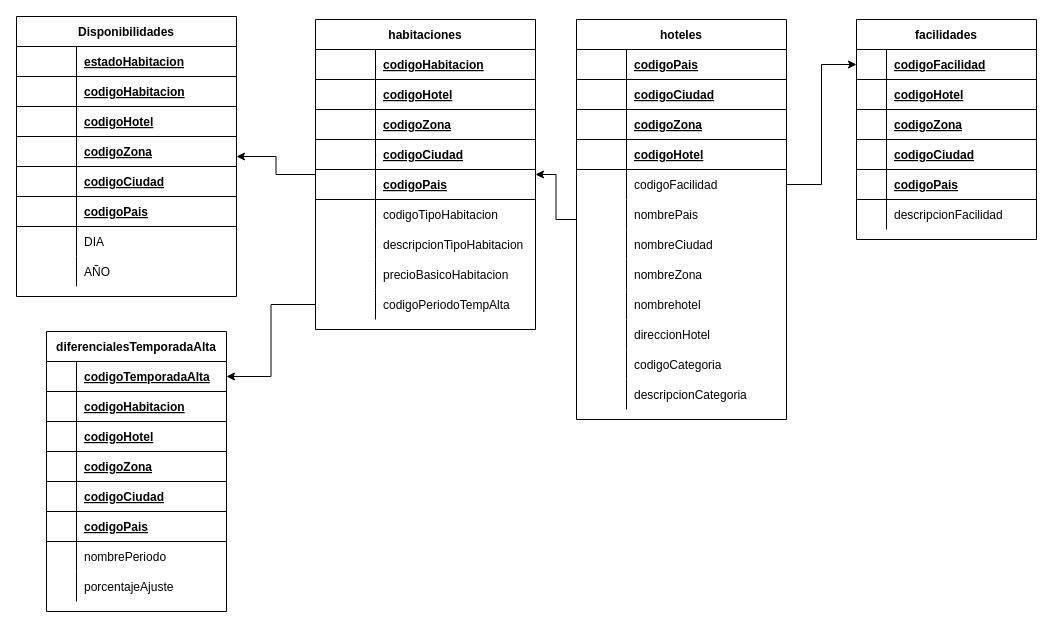
Above: TPII_Hoteles/Hoteles_1FN_Puyelli.drawio in FedericoRocca/DyADDBB_1erCuatrimestre_2021 (draw.io), before the change. Source tidied: cells renumbered, new cells numbered last; positions are measured from the earlier drawing's top-left corner, leaving out a move shared by most shapes. Both pictures are drawn from the tidied source at 100%, with x=0, y=0 at pixel (16, 16).
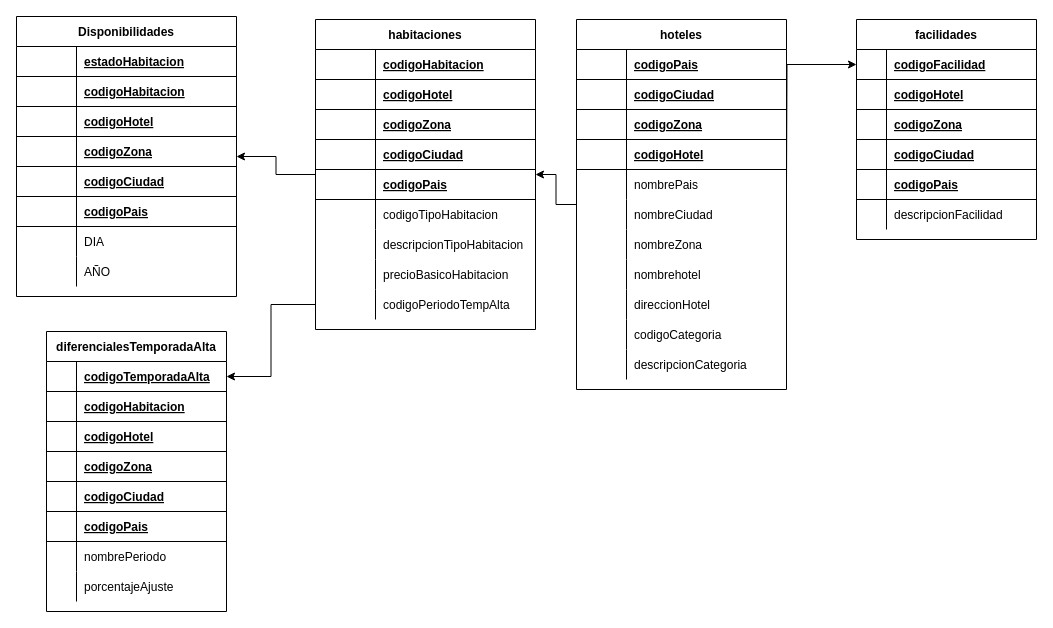
The same page after the edit.

The change refers to these unchanged cells:
```xml
<mxCell id="41" style="shape=partialRectangle;fillColor=none;top=0;left=0;bottom=1;right=0;points=[[0,0.5],[1,0.5]];portConstraint=eastwest;" parent="40" vertex="1">
  <mxGeometry y="30" width="180" height="30" as="geometry" />
</mxCell>
```

Diff of the diagram source:
```diff
@@
     <mxCell id="3" value="hoteles" style="shape=table;startSize=30;childLayout=tableLayout;rowLines=0;fontStyle=1;align=center;" parent="1" vertex="1">
-      <mxGeometry x="560" y="3" width="210" height="400" as="geometry" />
+      <mxGeometry x="560" y="3" width="210" height="370" as="geometry" />
     </mxCell>
@@
-    <mxCell id="16" style="shape=partialRectangle;fillColor=none;top=0;left=0;bottom=0;right=0;points=[[0,0.5],[1,0.5]];portConstraint=eastwest;" parent="3" vertex="1">
-      <mxGeometry y="150" width="210" height="30" as="geometry" />
-    </mxCell>
-    <mxCell id="17" style="shape=partialRectangle;fillColor=none;top=0;left=0;bottom=0;right=0;fontStyle=0;overflow=hidden;" parent="16" vertex="1">
-      <mxGeometry width="50" height="30" as="geometry" />
-    </mxCell>
-    <mxCell id="18" value="codigoFacilidad" style="shape=partialRectangle;fillColor=none;top=0;left=0;bottom=0;right=0;align=left;spacingLeft=6;fontStyle=0;overflow=hidden;" parent="16" vertex="1">
-      <mxGeometry x="50" width="160" height="30" as="geometry" />
-    </mxCell>
     <mxCell id="19" style="shape=partialRectangle;fillColor=none;top=0;left=0;bottom=0;right=0;" parent="3" vertex="1">
-      <mxGeometry y="180" width="210" height="30" as="geometry" />
+      <mxGeometry y="150" width="210" height="30" as="geometry" />
     </mxCell>
@@
     <mxCell id="22" style="shape=partialRectangle;fillColor=none;top=0;left=0;bottom=0;right=0;" parent="3" vertex="1">
-      <mxGeometry y="210" width="210" height="30" as="geometry" />
+      <mxGeometry y="180" width="210" height="30" as="geometry" />
     </mxCell>
@@
     <mxCell id="25" style="shape=partialRectangle;fillColor=none;top=0;left=0;bottom=0;right=0;" parent="3" vertex="1">
-      <mxGeometry y="240" width="210" height="30" as="geometry" />
+      <mxGeometry y="210" width="210" height="30" as="geometry" />
     </mxCell>
@@
     <mxCell id="28" style="shape=partialRectangle;fillColor=none;top=0;left=0;bottom=0;right=0;" parent="3" vertex="1">
-      <mxGeometry y="270" width="210" height="30" as="geometry" />
+      <mxGeometry y="240" width="210" height="30" as="geometry" />
     </mxCell>
@@
     <mxCell id="31" style="shape=partialRectangle;fillColor=none;top=0;left=0;bottom=0;right=0;" parent="3" vertex="1">
-      <mxGeometry y="300" width="210" height="30" as="geometry" />
+      <mxGeometry y="270" width="210" height="30" as="geometry" />
     </mxCell>
@@
     <mxCell id="34" style="shape=partialRectangle;fillColor=none;top=0;left=0;bottom=0;right=0;" parent="3" vertex="1">
-      <mxGeometry y="330" width="210" height="30" as="geometry" />
+      <mxGeometry y="300" width="210" height="30" as="geometry" />
     </mxCell>
@@
     <mxCell id="37" style="shape=partialRectangle;fillColor=none;top=0;left=0;bottom=0;right=0;" parent="3" vertex="1">
-      <mxGeometry y="360" width="210" height="30" as="geometry" />
+      <mxGeometry y="330" width="210" height="30" as="geometry" />
     </mxCell>
@@
-    <mxCell id="88" style="edgeStyle=orthogonalEdgeStyle;rounded=0;jettySize=auto;html=1;exitX=1;exitY=0.5;exitDx=0;exitDy=0;entryX=0;entryY=0.5;entryDx=0;entryDy=0;" parent="1" edge="1" source="16" target="41">
-      <mxGeometry relative="1" as="geometry" />
+    <mxCell id="88" style="edgeStyle=orthogonalEdgeStyle;rounded=0;jettySize=auto;html=1;exitX=1;exitY=0.5;exitDx=0;exitDy=0;entryX=0;entryY=0.5;entryDx=0;entryDy=0;" parent="1" edge="1" target="41">
+      <mxGeometry relative="1" as="geometry">
+        <mxPoint x="770" y="168" as="sourcePoint" />
+      </mxGeometry>
     </mxCell>
```
